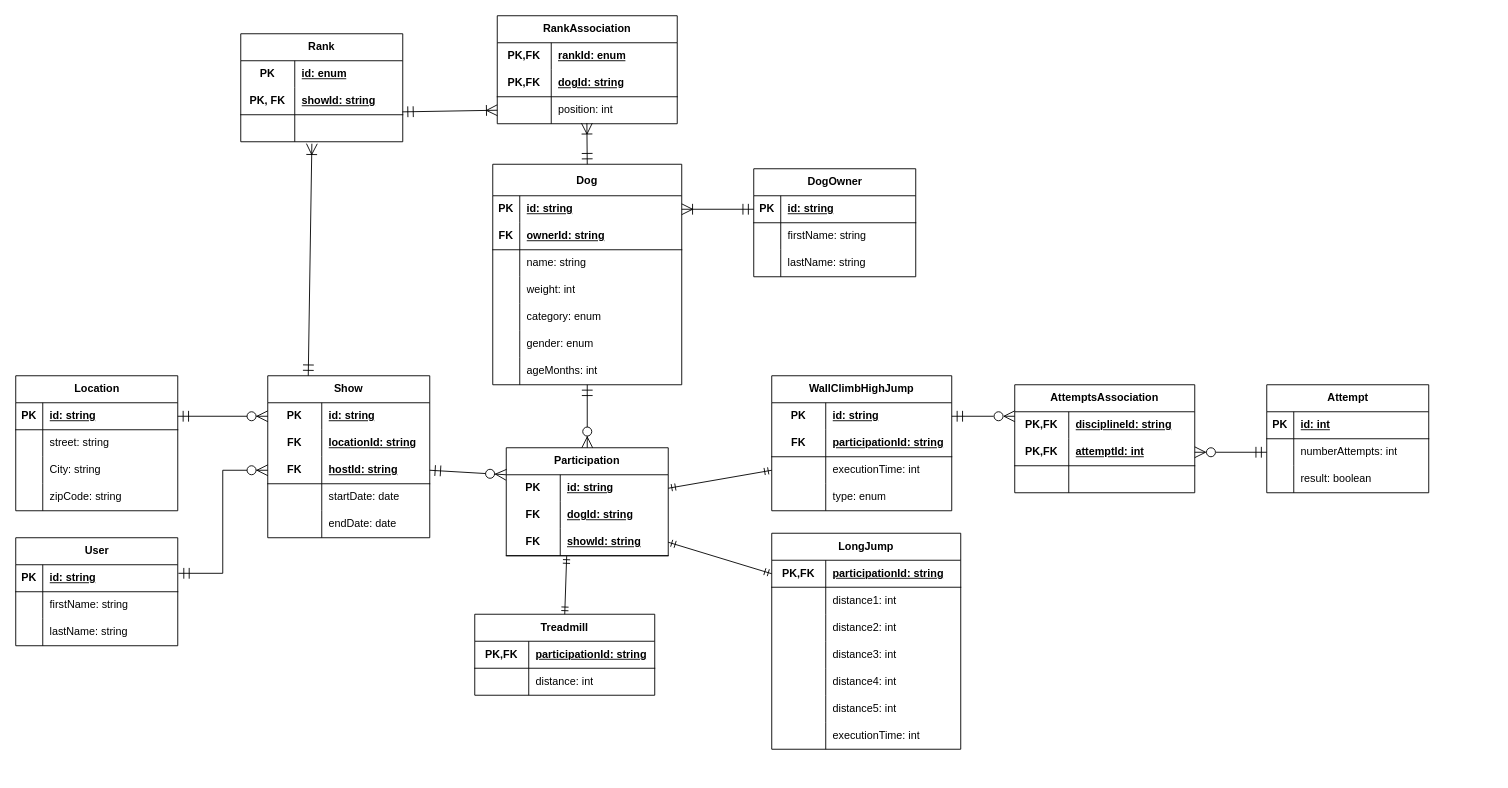
Above: page "data-model" (1 of 5) of documentation/design/top-dog-show-data-model.drawio in israel-lm/top-dog-show (draw.io), before the change. Source tidied: cells renumbered, new cells numbered last; positions are measured from the earlier drawing's top-left corner, leaving out a move shared by most shapes. Both pictures are drawn from the tidied source at 90%, with x=0, y=0 at pixel (15, 15).
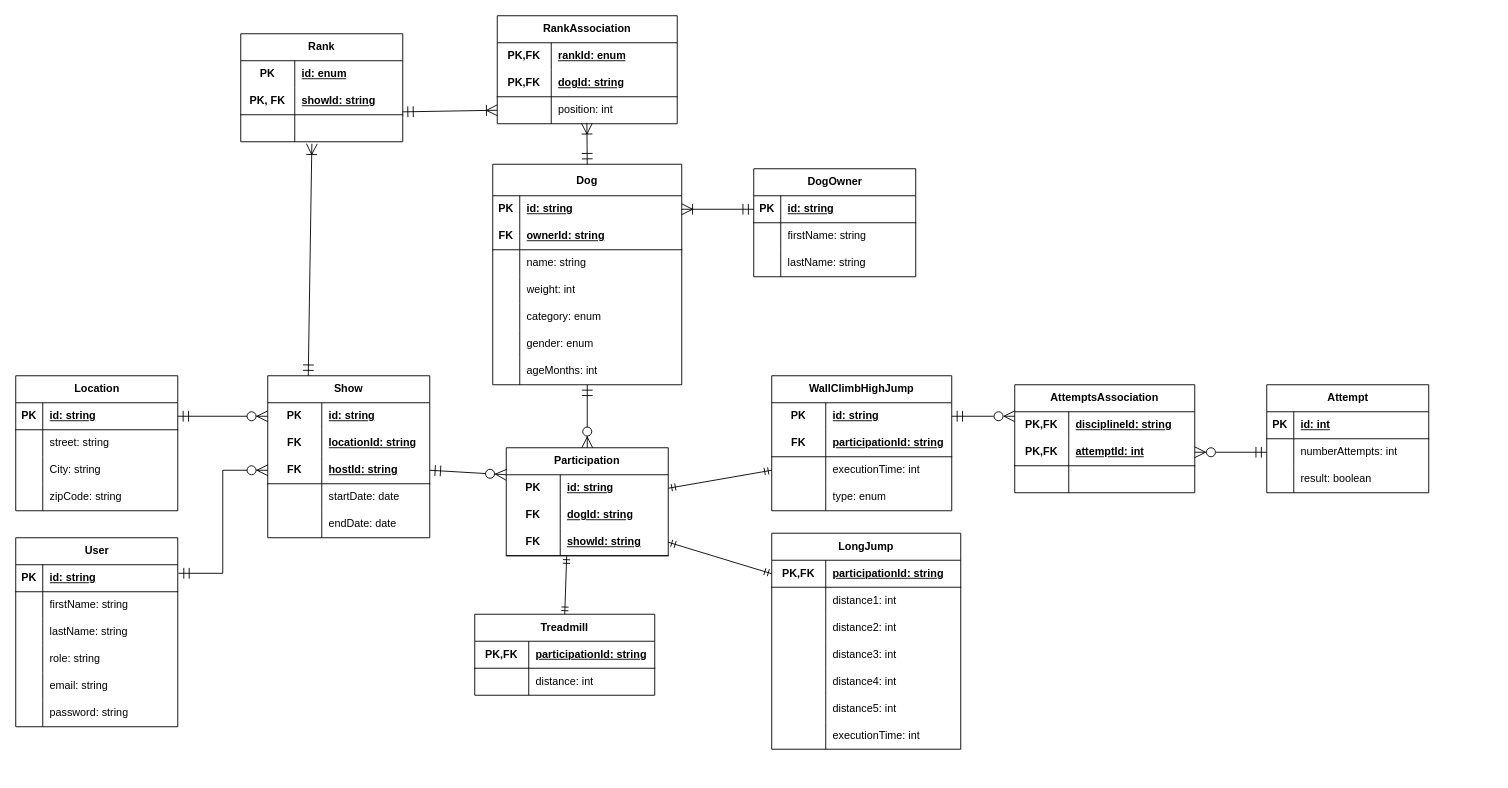
Above is the later version.

Commit message (it also covers changes not shown here):
doc: update DB user model

The edit, as a diff of the source:
```diff
@@
     <mxCell id="152" value="User" style="shape=table;startSize=30;childLayout=tableLayout;rowLines=0;fontStyle=1;align=center;html=1;" parent="1" vertex="1">
-      <mxGeometry y="580" width="180" height="120" as="geometry" />
+      <mxGeometry y="580" width="180" height="210" as="geometry" />
     </mxCell>
@@
+    <mxCell id="190" style="shape=tableRow;horizontal=0;startSize=0;swimlaneHead=0;swimlaneBody=0;fillColor=none;top=0;left=0;right=0;bottom=0;" parent="152" vertex="1">
+      <mxGeometry y="120" width="180" height="30" as="geometry" />
+    </mxCell>
+    <mxCell id="191" style="shape=partialRectangle;fillColor=none;top=0;left=0;bottom=0;right=0;overflow=hidden;whiteSpace=wrap;html=1;" parent="190" vertex="1">
+      <mxGeometry width="30" height="30" as="geometry" />
+    </mxCell>
+    <mxCell id="192" value="role: string" style="shape=partialRectangle;fillColor=none;top=0;left=0;bottom=0;right=0;align=left;spacingLeft=6;overflow=hidden;whiteSpace=wrap;html=1;" parent="190" vertex="1">
+      <mxGeometry x="30" width="150" height="30" as="geometry" />
+    </mxCell>
+    <mxCell id="193" style="shape=tableRow;horizontal=0;startSize=0;swimlaneHead=0;swimlaneBody=0;fillColor=none;top=0;left=0;right=0;bottom=0;" parent="152" vertex="1">
+      <mxGeometry y="150" width="180" height="30" as="geometry" />
+    </mxCell>
+    <mxCell id="194" style="shape=partialRectangle;fillColor=none;top=0;left=0;bottom=0;right=0;overflow=hidden;whiteSpace=wrap;html=1;" parent="193" vertex="1">
+      <mxGeometry width="30" height="30" as="geometry" />
+    </mxCell>
+    <mxCell id="195" value="email: string" style="shape=partialRectangle;fillColor=none;top=0;left=0;bottom=0;right=0;align=left;spacingLeft=6;overflow=hidden;whiteSpace=wrap;html=1;" parent="193" vertex="1">
+      <mxGeometry x="30" width="150" height="30" as="geometry" />
+    </mxCell>
+    <mxCell id="196" style="shape=tableRow;horizontal=0;startSize=0;swimlaneHead=0;swimlaneBody=0;fillColor=none;top=0;left=0;right=0;bottom=0;" parent="152" vertex="1">
+      <mxGeometry y="180" width="180" height="30" as="geometry" />
+    </mxCell>
+    <mxCell id="197" style="shape=partialRectangle;fillColor=none;top=0;left=0;bottom=0;right=0;overflow=hidden;whiteSpace=wrap;html=1;" parent="196" vertex="1">
+      <mxGeometry width="30" height="30" as="geometry" />
+    </mxCell>
+    <mxCell id="198" value="password: string" style="shape=partialRectangle;fillColor=none;top=0;left=0;bottom=0;right=0;align=left;spacingLeft=6;overflow=hidden;whiteSpace=wrap;html=1;" parent="196" vertex="1">
+      <mxGeometry x="30" width="150" height="30" as="geometry" />
+    </mxCell>
```
